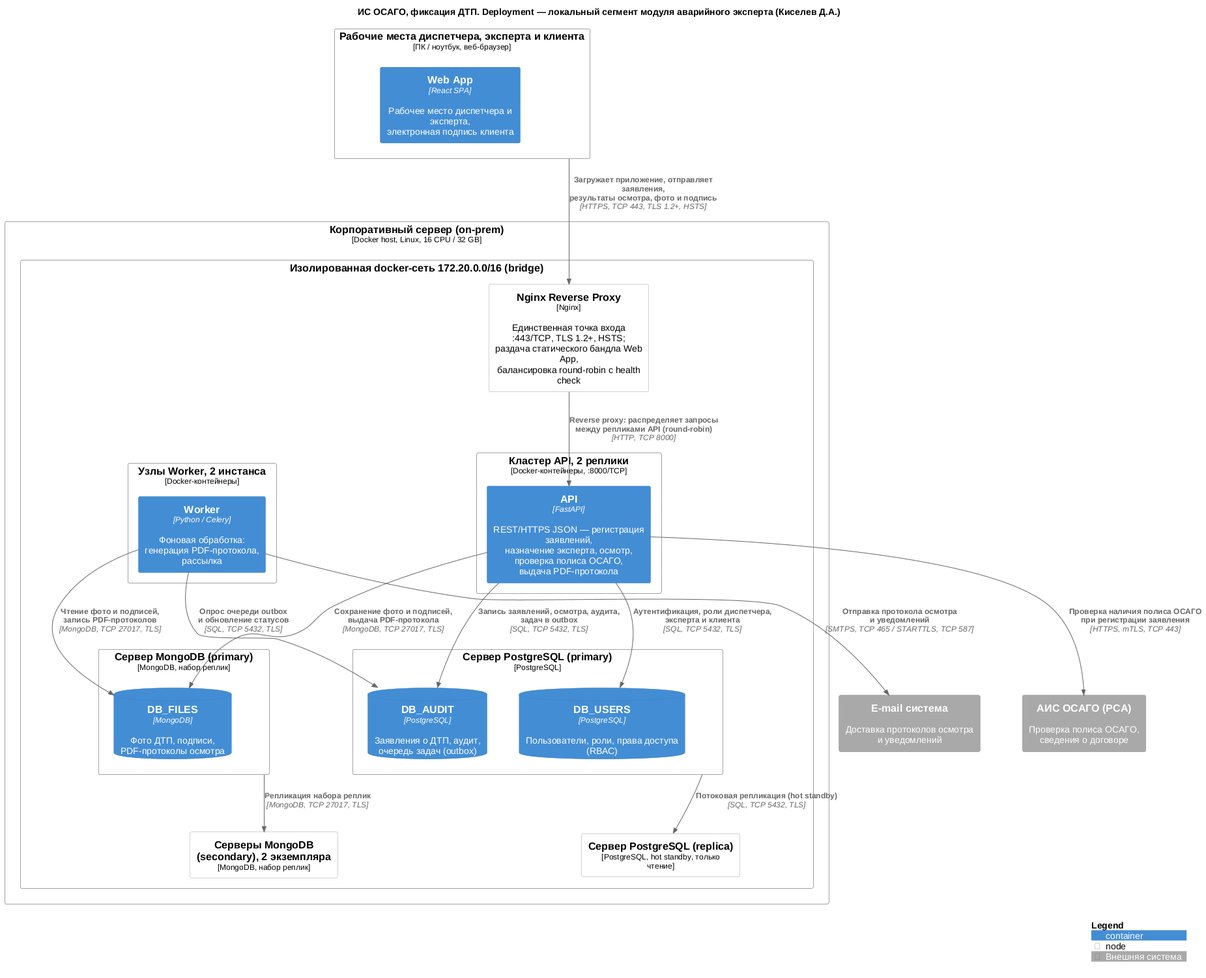
ElectricLight-ELO/Insurance-system keeps this PlantUML diagram as architecture/docs/images/kiselev_api/deployment.png. Above is the earlier version.
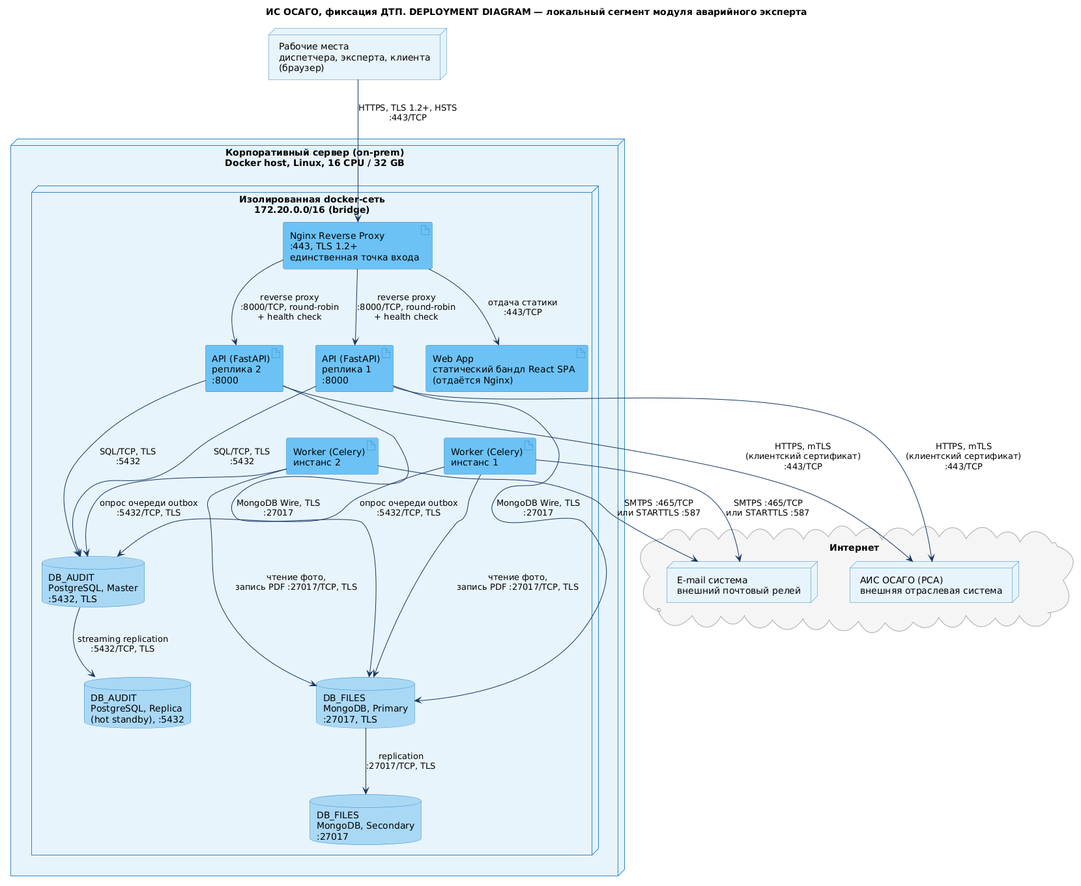
The same file after the commit.

The edit, as a diff of the source:
```diff
@@ -1,60 +1,105 @@
 @startuml
-!include ../core/C4_Deployment.puml
+title ИС ОСАГО, фиксация ДТП. DEPLOYMENT DIAGRAM — локальный сегмент модуля аварийного эксперта
 
-title ИС ОСАГО, фиксация ДТП. Deployment — локальный сегмент модуля аварийного эксперта (Киселев Д.А.)
+skinparam nodesep 50
+skinparam ranksep 70
+skinparam node {
+    BackgroundColor #E8F4FB
+    BorderColor #2E86C1
+    FontColor #000000
+}
+skinparam artifact {
+    BackgroundColor #6cc2f5
+    BorderColor #2E86C1
+    FontColor #000000
+}
+skinparam database {
+    BackgroundColor #A9D8F5
+    BorderColor #2E86C1
+    FontColor #000000
+}
+skinparam cloud {
+    BackgroundColor #F5F5F5
+    BorderColor #A9A9A9
+    FontColor #000000
+}
+skinparam ArrowColor #143560
 
-LAYOUT_TOP_DOWN()
 
-Deployment_Node(workstation, "Рабочие места диспетчера, эксперта и клиента", "ПК / ноутбук, веб-браузер") {
-    Container(web_app, "Web App", "React SPA", "Рабочее место диспетчера и эксперта,\nэлектронная подпись клиента")
+node "Рабочие места\nдиспетчера, эксперта, клиента\n(браузер)" as workstation
+
+cloud "Интернет" as internet {
+    node "АИС ОСАГО (РСА)\nвнешняя отраслевая система" as ais
+    node "E-mail система\nвнешний почтовый релей" as email
 }
 
-Deployment_Node(server, "Корпоративный сервер (on-prem)", "Docker host, Linux, 16 CPU / 32 GB") {
-    Deployment_Node(net, "Изолированная docker-сеть 172.20.0.0/16 (bridge)") {
 
-        Deployment_Node(nginx_node, "Nginx Reverse Proxy", "Nginx", "Единственная точка входа :443/TCP, TLS 1.2+, HSTS;\nраздача статического бандла Web App,\nбалансировка round-robin с health check")
+node "Корпоративный сервер (on-prem)\nDocker host, Linux, 16 CPU / 32 GB" as server {
 
-        Deployment_Node(api_cluster, "Кластер API, 2 реплики", "Docker-контейнеры, :8000/TCP") {
-            Container(api, "API", "FastAPI", "REST/HTTPS JSON — регистрация заявлений,\nназначение эксперта, осмотр, проверка полиса ОСАГО,\nвыдача PDF-протокола")
-        }
+    node "Изолированная docker-сеть\n172.20.0.0/16 (bridge)" as net {
 
-        Deployment_Node(worker_cluster, "Узлы Worker, 2 инстанса", "Docker-контейнеры") {
-            Container(worker, "Worker", "Python / Celery", "Фоновая обработка:\nгенерация PDF-протокола, рассылка")
-        }
+        artifact "Nginx Reverse Proxy\n:443, TLS 1.2+\nединственная точка входа" as nginx
 
-        Deployment_Node(pg_primary, "Сервер PostgreSQL (primary)", "PostgreSQL") {
-            ContainerDb(db_users, "DB_USERS", "PostgreSQL", "Пользователи, роли, права доступа (RBAC)")
-            ContainerDb(db_audit, "DB_AUDIT", "PostgreSQL", "Заявления о ДТП, аудит,\nочередь задач (outbox)")
-        }
+        artifact "Web App\nстатический бандл React SPA\n(отдаётся Nginx)" as web_bundle
 
-        Deployment_Node(pg_replica, "Сервер PostgreSQL (replica)", "PostgreSQL, hot standby, только чтение")
+        artifact "API (FastAPI)\nреплика 1\n:8000" as api1
 
-        Deployment_Node(mongo_primary, "Сервер MongoDB (primary)", "MongoDB, набор реплик") {
-            ContainerDb(db_files, "DB_FILES", "MongoDB", "Фото ДТП, подписи,\nPDF-протоколы осмотра")
-        }
+        artifact "API (FastAPI)\nреплика 2\n:8000" as api2
 
-        Deployment_Node(mongo_secondary, "Серверы MongoDB (secondary), 2 экземпляра", "MongoDB, набор реплик")
+        artifact "Worker (Celery)\nинстанс 1" as worker1
+
+        artifact "Worker (Celery)\nинстанс 2" as worker2
+
+        database "DB_AUDIT\nPostgreSQL, Master\n:5432, TLS" as pg_master
+
+        database "DB_AUDIT\nPostgreSQL, Replica\n(hot standby), :5432" as pg_replica
+
+        database "DB_FILES\nMongoDB, Primary\n:27017, TLS" as mongo_primary
+
+        database "DB_FILES\nMongoDB, Secondary\n:27017" as mongo_secondary
     }
 }
 
-System_Ext(ais_osago, "АИС ОСАГО (РСА)", "Проверка полиса ОСАГО,\nсведения о договоре", $tags="ext")
-System_Ext(email_sys, "E-mail система", "Доставка протоколов осмотра\nи уведомлений", $tags="ext")
 
-Rel(workstation, nginx_node, "Загружает приложение, отправляет заявления,\nрезультаты осмотра, фото и подпись", "HTTPS, TCP 443, TLS 1.2+, HSTS")
-Rel(nginx_node, api, "Reverse proxy: распределяет запросы\nмежду репликами API (round-robin)", "HTTP, TCP 8000")
+workstation --> nginx : "HTTPS, TLS 1.2+, HSTS\n:443/TCP"
+nginx --> web_bundle : "отдача статики\n:443/TCP"
 
-Rel(api, db_users, "Аутентификация, роли диспетчера,\nэксперта и клиента", "SQL, TCP 5432, TLS")
-Rel(api, db_audit, "Запись заявлений, осмотра, аудита,\nзадач в outbox", "SQL, TCP 5432, TLS")
-Rel(api, db_files, "Сохранение фото и подписей,\nвыдача PDF-протокола", "MongoDB, TCP 27017, TLS")
 
-Rel(worker, db_audit, "Опрос очереди outbox\nи обновление статусов", "SQL, TCP 5432, TLS")
-Rel(worker, db_files, "Чтение фото и подписей,\nзапись PDF-протоколов", "MongoDB, TCP 27017, TLS")
+nginx --> api1 : "reverse proxy\n:8000/TCP, round-robin\n+ health check"
+nginx --> api2 : "reverse proxy\n:8000/TCP, round-robin\n+ health check"
 
-Rel(pg_primary, pg_replica, "Потоковая репликация (hot standby)", "SQL, TCP 5432, TLS")
-Rel(mongo_primary, mongo_secondary, "Репликация набора реплик", "MongoDB, TCP 27017, TLS")
 
-Rel(api, ais_osago, "Проверка наличия полиса ОСАГО\nпри регистрации заявления", "HTTPS, mTLS, TCP 443")
-Rel(worker, email_sys, "Отправка протокола осмотра\nи уведомлений", "SMTPS, TCP 465 / STARTTLS, TCP 587")
+api1 --> pg_master : "SQL/TCP, TLS\n:5432"
+api2 --> pg_master : "SQL/TCP, TLS\n:5432"
+api1 --> mongo_primary : "MongoDB Wire, TLS\n:27017"
+api2 --> mongo_primary : "MongoDB Wire, TLS\n:27017"
 
-SHOW_LEGEND()
+
+pg_master --> pg_replica : "streaming replication\n:5432/TCP, TLS"
+mongo_primary --> mongo_secondary : "replication\n:27017/TCP, TLS"
+
+
+worker1 --> pg_master : "опрос очереди outbox\n:5432/TCP, TLS"
+worker2 --> pg_master : "опрос очереди outbox\n:5432/TCP, TLS"
+worker1 --> mongo_primary : "чтение фото,\nзапись PDF :27017/TCP, TLS"
+worker2 --> mongo_primary : "чтение фото,\nзапись PDF :27017/TCP, TLS"
+
+
+api1 --> ais : "HTTPS, mTLS\n(клиентский сертификат)\n:443/TCP"
+api2 --> ais : "HTTPS, mTLS\n(клиентский сертификат)\n:443/TCP"
+worker1 --> email : "SMTPS :465/TCP\nили STARTTLS :587"
+worker2 --> email : "SMTPS :465/TCP\nили STARTTLS :587"
+
+
+nginx -[hidden]down- api1
+api1 -[hidden]right- api2
+api2 -[hidden]down- worker1
+worker1 -[hidden]right- worker2
+
+pg_master -[hidden]right- pg_replica
+mongo_primary -[hidden]right- mongo_secondary
+pg_master -[hidden]down- mongo_primary
+
+server -[hidden]up- internet
+
 @enduml
```
